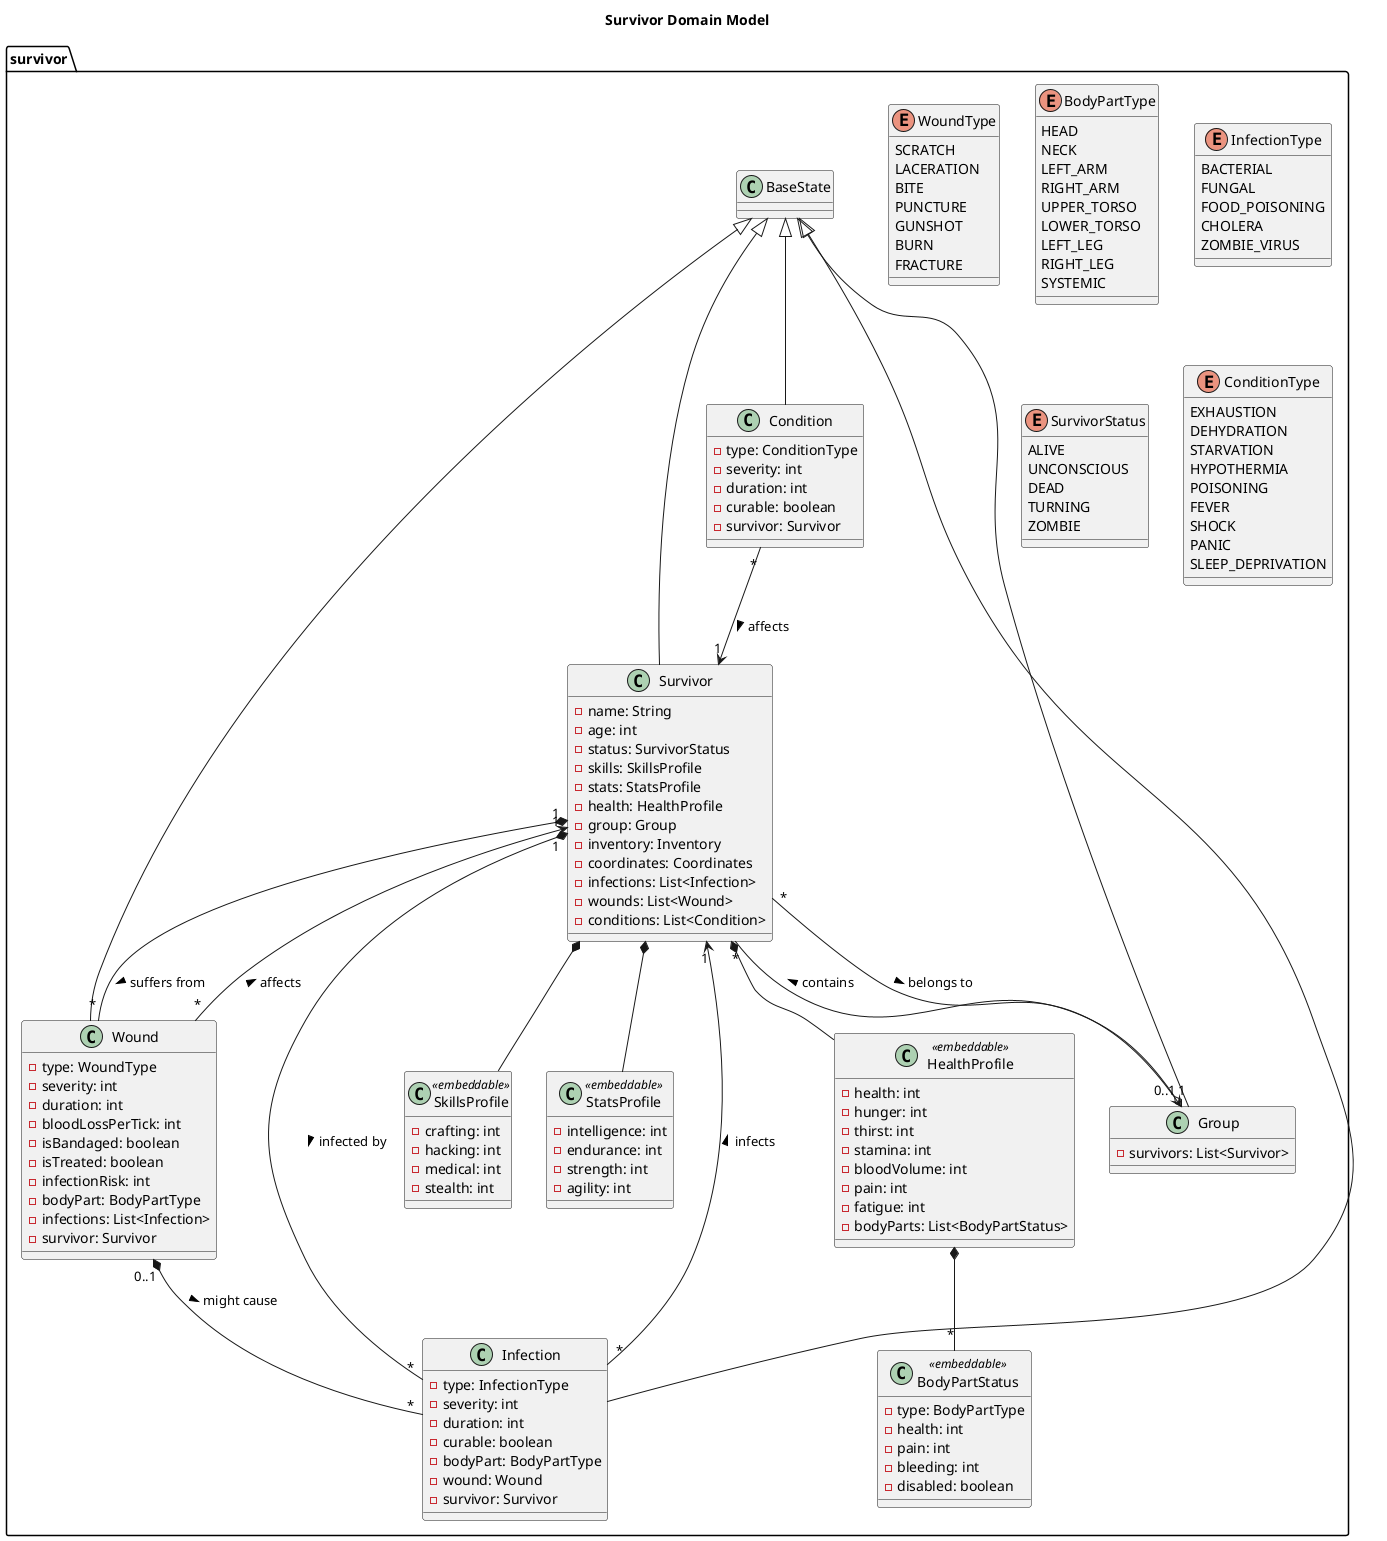
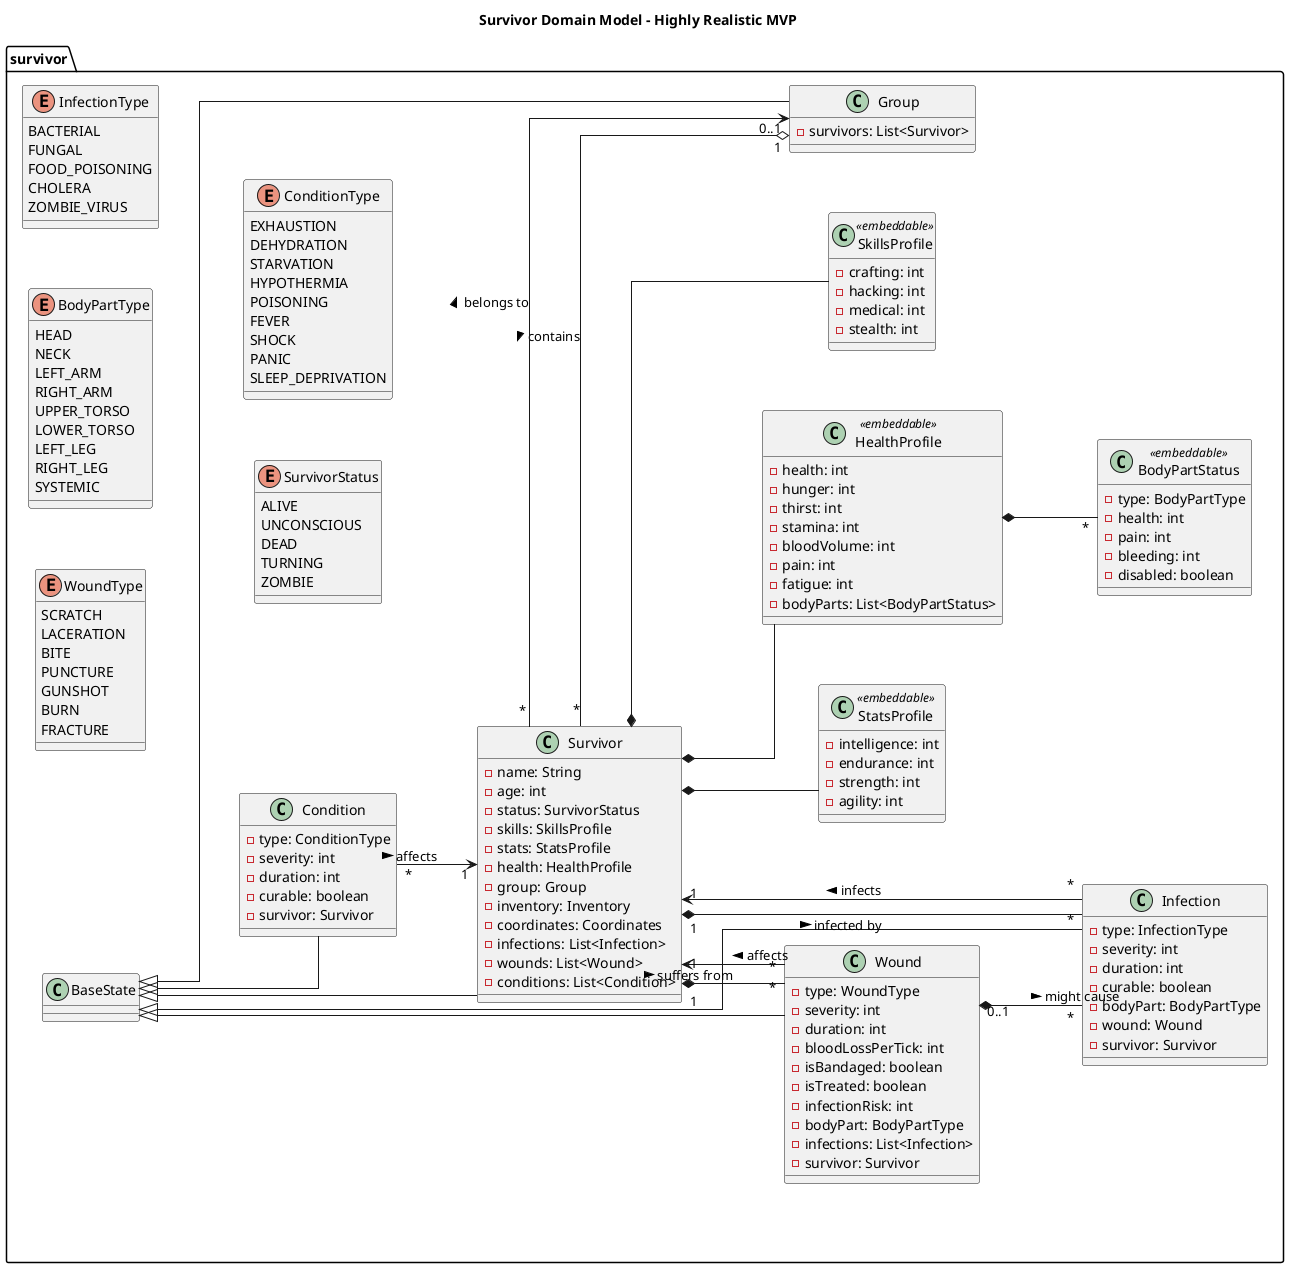
@startuml
- title Survivor Domain Model
+ title Survivor Domain Model - Highly Realistic MVP
+ 
+ left to right direction
+ skinparam linetype ortho
+ skinparam nodesep 60
+ skinparam ranksep 80

package survivor {
    enum WoundType {
        SCRATCH
        LACERATION
        BITE
        PUNCTURE
        GUNSHOT
        BURN
        FRACTURE
    }

    enum BodyPartType {
        HEAD
        NECK
        LEFT_ARM
        RIGHT_ARM
        UPPER_TORSO
        LOWER_TORSO
        LEFT_LEG
        RIGHT_LEG
        SYSTEMIC
    }

    enum InfectionType {
        BACTERIAL
        FUNGAL
        FOOD_POISONING
        CHOLERA
        ZOMBIE_VIRUS
    }

    enum SurvivorStatus {
        ALIVE
        UNCONSCIOUS
        DEAD
        TURNING
        ZOMBIE
    }

    enum ConditionType {
        EXHAUSTION
        DEHYDRATION
        STARVATION
        HYPOTHERMIA
        POISONING
        FEVER
        SHOCK
        PANIC
        SLEEP_DEPRIVATION
    }

    class Survivor extends BaseState {
        - name: String
        - age: int
        - status: SurvivorStatus
        - skills: SkillsProfile
        - stats: StatsProfile
        - health: HealthProfile
        - group: Group
        - inventory: Inventory
        - coordinates: Coordinates
        - infections: List<Infection>
        - wounds: List<Wound>
        - conditions: List<Condition>
    }

    class Group extends BaseState {
        - survivors: List<Survivor>
    }

    class Wound extends BaseState {
        - type: WoundType
        - severity: int
        - duration: int
        - bloodLossPerTick: int
        - isBandaged: boolean
        - isTreated: boolean
        - infectionRisk: int
        - bodyPart: BodyPartType
        - infections: List<Infection>
        - survivor: Survivor
    }

    class Infection extends BaseState {
        - type: InfectionType
        - severity: int
        - duration: int
        - curable: boolean
        - bodyPart: BodyPartType
        - wound: Wound
        - survivor: Survivor
    }

    class Condition extends BaseState {
        - type: ConditionType
        - severity: int
        - duration: int
        - curable: boolean
        - survivor: Survivor
    }

    class SkillsProfile <<embeddable>> {
        - crafting: int
        - hacking: int
        - medical: int
        - stealth: int
    }

    class StatsProfile <<embeddable>> {
        - intelligence: int
        - endurance: int
        - strength: int
        - agility: int
    }

    class HealthProfile <<embeddable>> {
        - health: int
        - hunger: int
        - thirst: int
        - stamina: int
        - bloodVolume: int
        - pain: int
        - fatigue: int
        - bodyParts: List<BodyPartStatus>
    }

    class BodyPartStatus <<embeddable>> {
        - type: BodyPartType
        - health: int
        - pain: int
        - bleeding: int
        - disabled: boolean
    }

    Group "1" o-- "*" Survivor : contains >
    Survivor "*" --> "0..1" Group : belongs to >

    Survivor "1" *-- "*" Wound : suffers from >
    Wound "*" --> "1" Survivor : affects >

    Survivor "1" *-- "*" Infection : infected by >
    Infection "*" --> "1" Survivor : infects >

    Wound "0..1" *-- "*" Infection : might cause >

    HealthProfile *-- "*" BodyPartStatus

    Condition "*" --> "1" Survivor : affects >

    Survivor *-- SkillsProfile
    Survivor *-- StatsProfile
    Survivor *-- HealthProfile
}
@enduml